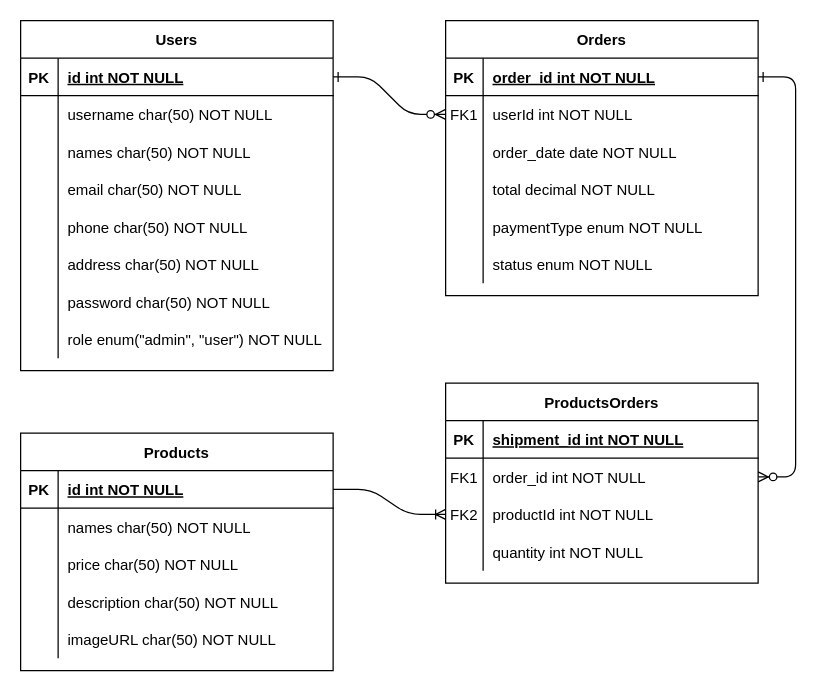
alejomartinez8/delilah-resto-api keeps this draw.io diagram as models/Untitled Diagram.drawio. Above is the earlier version. Source tidied: cells renumbered, new cells numbered last; positions are measured from the earlier drawing's top-left corner, leaving out a move shared by most shapes. Both pictures are drawn from the tidied source at 125%, with x=0, y=0 at pixel (20, 20).
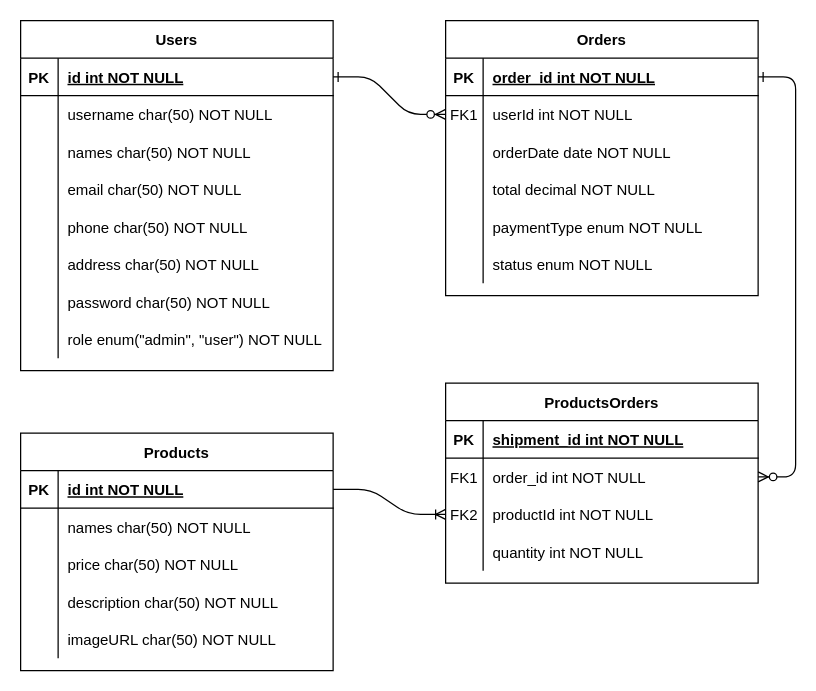
The same diagram, later.

The change refers to these unchanged cells:
```xml
<mxCell id="11" style="shape=partialRectangle;fillColor=none;top=0;left=0;right=0;bottom=0;" parent="4" vertex="1">
  <mxGeometry y="90" width="250" height="30" as="geometry" />
</mxCell>
```

Change to the diagram source:
```diff
@@
-    <mxCell id="13" value="order_date date NOT NULL" style="shape=partialRectangle;overflow=hidden;fillColor=none;top=0;left=0;bottom=0;right=0;align=left;spacingLeft=6;" parent="11" vertex="1">
+    <mxCell id="13" value="orderDate date NOT NULL" style="shape=partialRectangle;overflow=hidden;fillColor=none;top=0;left=0;bottom=0;right=0;align=left;spacingLeft=6;" parent="11" vertex="1">
       <mxGeometry x="30" width="220" height="30" as="geometry" />
     </mxCell>
```
